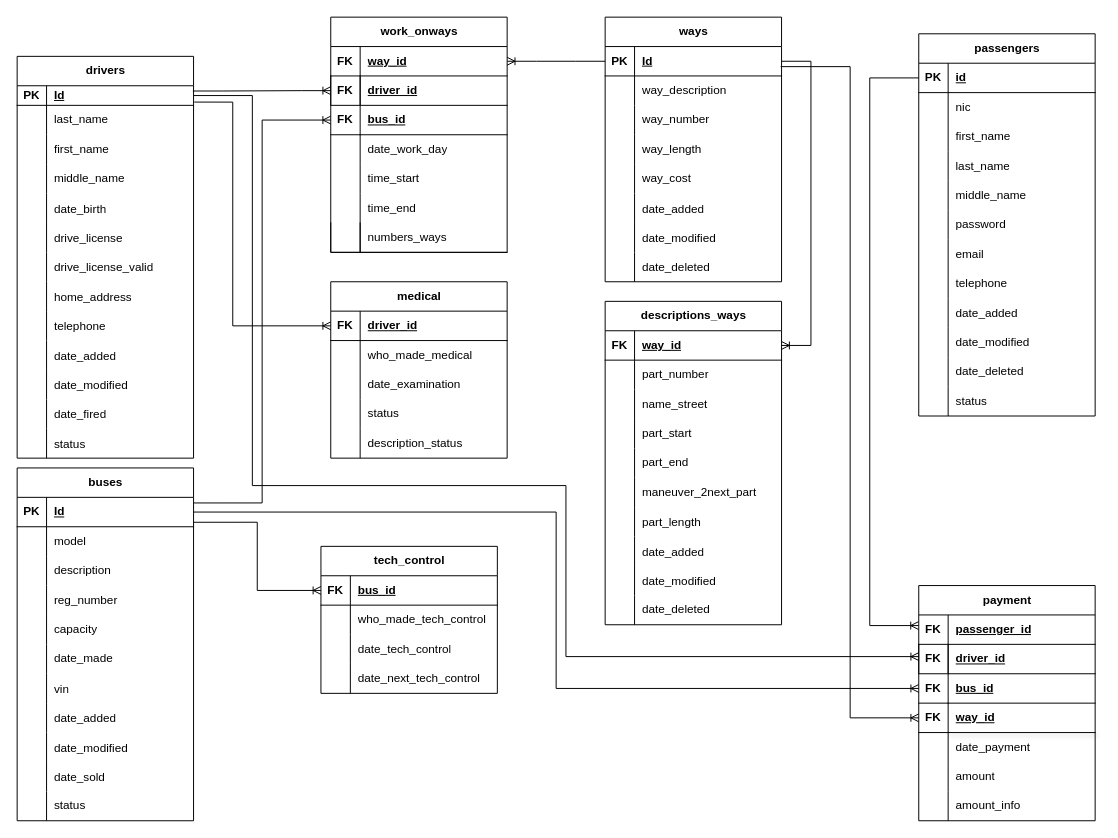
OlegPyzin/Diplom keeps this draw.io diagram as minibus.drawio. Above is the earlier version. Source tidied: cells renumbered, new cells numbered last; positions are measured from the earlier drawing's top-left corner, leaving out a move shared by most shapes. Both pictures are drawn from the tidied source at 98%, with x=0, y=0 at pixel (17, 17).
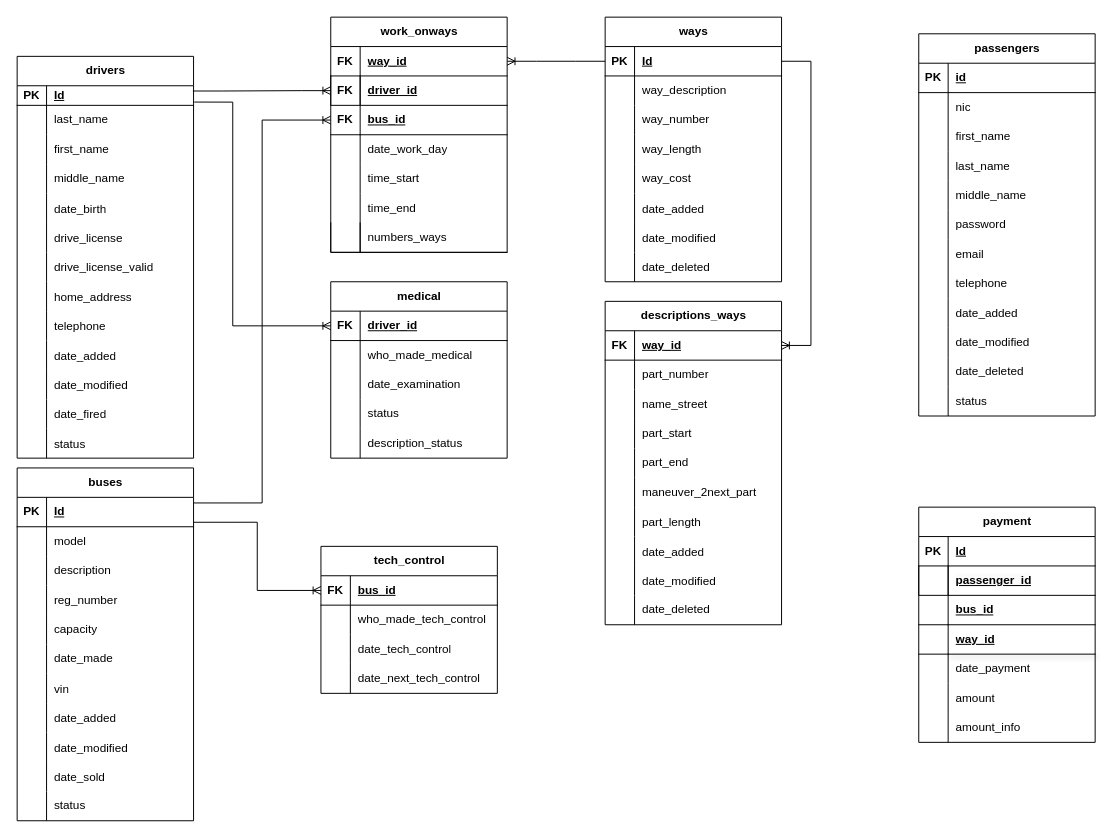
Above is the later version.

The change refers to these unchanged cells:
```xml
<mxCell id="3" style="shape=tableRow;horizontal=0;startSize=0;swimlaneHead=0;swimlaneBody=0;fillColor=none;points=[[0,0.5],[1,0.5]];portConstraint=eastwest;top=0;left=0;right=0;bottom=1;" parent="2" vertex="1">
  <mxGeometry y="30" width="180" height="20" as="geometry" />
</mxCell>
<mxCell id="43" style="shape=tableRow;horizontal=0;startSize=0;swimlaneHead=0;swimlaneBody=0;fillColor=none;points=[[0,0.5],[1,0.5]];portConstraint=eastwest;top=0;left=0;right=0;bottom=1;" parent="42" vertex="1">
  <mxGeometry y="30" width="180" height="30" as="geometry" />
</mxCell>
<mxCell id="95" style="shape=tableRow;horizontal=0;startSize=0;swimlaneHead=0;swimlaneBody=0;fillColor=none;points=[[0,0.5],[1,0.5]];portConstraint=eastwest;top=0;left=0;right=0;bottom=1;" parent="94" vertex="1">
  <mxGeometry y="30" width="180" height="30" as="geometry" />
</mxCell>
<mxCell id="179" style="shape=tableRow;horizontal=0;startSize=0;swimlaneHead=0;swimlaneBody=0;fillColor=none;points=[[0,0.5],[1,0.5]];portConstraint=eastwest;top=0;left=0;right=0;bottom=1;" parent="178" vertex="1">
  <mxGeometry y="30" width="180" height="30" as="geometry" />
</mxCell>
<mxCell id="229" style="shape=tableRow;horizontal=0;startSize=0;swimlaneHead=0;swimlaneBody=0;fillColor=none;points=[[0,0.5],[1,0.5]];portConstraint=eastwest;top=0;left=0;right=0;bottom=1;" parent="228" vertex="1">
  <mxGeometry y="30" width="180" height="30" as="geometry" />
</mxCell>
<mxCell id="232" style="shape=tableRow;horizontal=0;startSize=0;swimlaneHead=0;swimlaneBody=0;fillColor=none;top=0;left=0;right=0;bottom=0;" parent="228" vertex="1">
  <mxGeometry y="60" width="180" height="30" as="geometry" />
</mxCell>
<mxCell id="235" style="shape=tableRow;horizontal=0;startSize=0;swimlaneHead=0;swimlaneBody=0;fillColor=none;points=[[0,0.5],[1,0.5]];portConstraint=eastwest;top=0;left=0;right=0;bottom=0;" parent="228" vertex="1">
  <mxGeometry y="90" width="180" height="30" as="geometry" />
</mxCell>
<mxCell id="238" style="shape=tableRow;horizontal=0;startSize=0;swimlaneHead=0;swimlaneBody=0;fillColor=none;points=[[0,0.5],[1,0.5]];portConstraint=eastwest;top=0;left=0;right=0;bottom=0;" parent="228" vertex="1">
  <mxGeometry y="120" width="180" height="30" as="geometry" />
</mxCell>
```

Change to the diagram source:
```diff
@@
     <mxCell id="228" value="payment" style="shape=table;startSize=30;childLayout=tableLayout;rowLines=0;fontStyle=1;align=center;html=1;" parent="1" vertex="1">
-      <mxGeometry x="920" y="580" width="180" height="240" as="geometry" />
+      <mxGeometry x="920" y="500" width="180" height="240" as="geometry" />
     </mxCell>
@@
-    <mxCell id="230" value="FK" style="shape=partialRectangle;fillColor=none;top=0;left=0;bottom=0;right=0;fontStyle=1;overflow=hidden;whiteSpace=wrap;html=1;" parent="229" vertex="1">
+    <mxCell id="230" value="PK" style="shape=partialRectangle;fillColor=none;top=0;left=0;bottom=0;right=0;fontStyle=1;overflow=hidden;whiteSpace=wrap;html=1;" parent="229" vertex="1">
       <mxGeometry width="30" height="30" as="geometry" />
     </mxCell>
-    <mxCell id="231" value="passenger_id" style="shape=partialRectangle;fillColor=none;top=0;left=0;bottom=0;right=0;align=left;spacingLeft=6;fontStyle=5;overflow=hidden;whiteSpace=wrap;html=1;" parent="229" vertex="1">
+    <mxCell id="231" value="Id" style="shape=partialRectangle;fillColor=none;top=0;left=0;bottom=0;right=0;align=left;spacingLeft=6;fontStyle=5;overflow=hidden;whiteSpace=wrap;html=1;" parent="229" vertex="1">
       <mxGeometry x="30" width="150" height="30" as="geometry" />
     </mxCell>
@@
-    <mxCell id="233" value="&lt;b&gt;FK&lt;/b&gt;" style="shape=partialRectangle;fillColor=none;top=0;left=1;bottom=1;right=0;overflow=hidden;whiteSpace=wrap;html=1;" parent="232" vertex="1">
+    <mxCell id="233" style="shape=partialRectangle;fillColor=none;top=0;left=1;bottom=1;right=0;overflow=hidden;whiteSpace=wrap;html=1;" parent="232" vertex="1">
       <mxGeometry width="30" height="30" as="geometry" />
     </mxCell>
-    <mxCell id="234" value="&lt;u&gt;&lt;b&gt;driver_id&lt;/b&gt;&lt;/u&gt;" style="shape=partialRectangle;fillColor=none;top=0;left=1;bottom=1;right=0;align=left;spacingLeft=6;overflow=hidden;whiteSpace=wrap;html=1;" parent="232" vertex="1">
+    <mxCell id="234" value="&lt;span style=&quot;color: rgb(0, 0, 0); font-family: Helvetica; font-size: 12px; font-style: normal; font-variant-ligatures: normal; font-variant-caps: normal; font-weight: 700; letter-spacing: normal; orphans: 2; text-align: left; text-indent: 0px; text-transform: none; widows: 2; word-spacing: 0px; -webkit-text-stroke-width: 0px; white-space: normal; background-color: rgb(251, 251, 251); text-decoration: underline; display: inline !important; float: none;&quot;&gt;passenger_id&lt;/span&gt;" style="shape=partialRectangle;fillColor=none;top=0;left=1;bottom=1;right=0;align=left;spacingLeft=6;overflow=hidden;whiteSpace=wrap;html=1;" parent="232" vertex="1">
       <mxGeometry x="30" width="150" height="30" as="geometry" />
     </mxCell>
@@
-    <mxCell id="236" value="&lt;b&gt;FK&lt;/b&gt;" style="shape=partialRectangle;fillColor=none;top=0;left=0;bottom=1;right=0;overflow=hidden;whiteSpace=wrap;html=1;" parent="235" vertex="1">
+    <mxCell id="236" style="shape=partialRectangle;fillColor=none;top=0;left=0;bottom=1;right=0;overflow=hidden;whiteSpace=wrap;html=1;" parent="235" vertex="1">
       <mxGeometry width="30" height="30" as="geometry" />
     </mxCell>
@@
-    <mxCell id="239" value="&lt;b&gt;FK&lt;/b&gt;" style="shape=partialRectangle;fillColor=none;top=0;left=0;bottom=1;right=0;overflow=hidden;whiteSpace=wrap;html=1;" parent="238" vertex="1">
+    <mxCell id="239" style="shape=partialRectangle;fillColor=none;top=0;left=0;bottom=1;right=0;overflow=hidden;whiteSpace=wrap;html=1;" parent="238" vertex="1">
       <mxGeometry width="30" height="30" as="geometry" />
     </mxCell>
@@
-    <mxCell id="250" style="fontSize=12;html=1;endArrow=ERoneToMany;rounded=0;edgeStyle=elbowEdgeStyle;exitX=0;exitY=0.5;exitDx=0;exitDy=0;entryX=-0.001;entryY=0.361;entryDx=0;entryDy=0;entryPerimeter=0;" parent="1" edge="1" source="179" target="229">
-      <mxGeometry relative="1" as="geometry">
-        <Array as="points">
-          <mxPoint x="870" y="320" />
-        </Array>
-      </mxGeometry>
-    </mxCell>
-    <mxCell id="251" style="edgeStyle=orthogonalEdgeStyle;fontSize=12;html=1;endArrow=ERoneToMany;rounded=0;exitX=1;exitY=0.5;exitDx=0;exitDy=0;entryX=0;entryY=0.5;entryDx=0;entryDy=0;" parent="1" edge="1" source="43" target="235">
-      <mxGeometry relative="1" as="geometry" />
-    </mxCell>
-    <mxCell id="252" style="edgeStyle=orthogonalEdgeStyle;fontSize=12;html=1;endArrow=ERoneToMany;rounded=0;entryX=0;entryY=0.5;entryDx=0;entryDy=0;exitX=1;exitY=0.5;exitDx=0;exitDy=0;" parent="1" edge="1" source="3">
-      <mxGeometry relative="1" as="geometry">
-        <mxPoint x="920" y="652.5" as="targetPoint" />
-        <Array as="points">
-          <mxPoint x="240" y="80" />
-          <mxPoint x="240" y="478" />
-          <mxPoint x="560" y="478" />
-          <mxPoint x="560" y="652" />
-        </Array>
-      </mxGeometry>
-    </mxCell>
-    <mxCell id="253" style="edgeStyle=orthogonalEdgeStyle;fontSize=12;html=1;endArrow=ERoneToMany;rounded=0;exitX=0.995;exitY=0.683;exitDx=0;exitDy=0;exitPerimeter=0;entryX=0;entryY=0.5;entryDx=0;entryDy=0;" parent="1" edge="1" source="95" target="238">
-      <mxGeometry relative="1" as="geometry" />
-    </mxCell>
```
